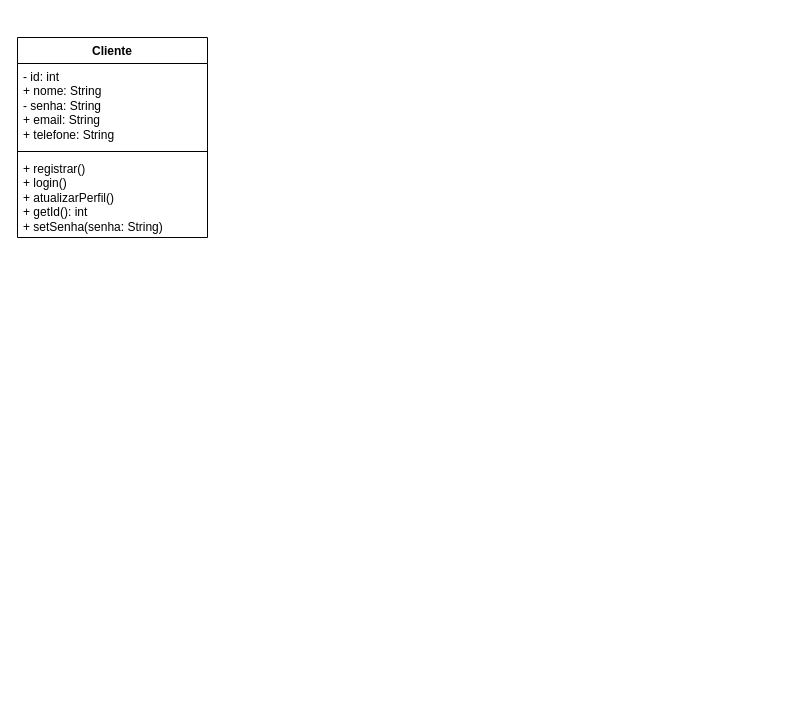
Before: Diagrama sem nome.drawio in PatsFerrer/uml_teste, a draw.io diagram. Source tidied: cells renumbered, new cells numbered last; positions are measured from the earlier drawing's top-left corner, leaving out a move shared by most shapes. Both pictures are drawn from the tidied source at 100%, with x=0, y=0 at pixel (17, 37).
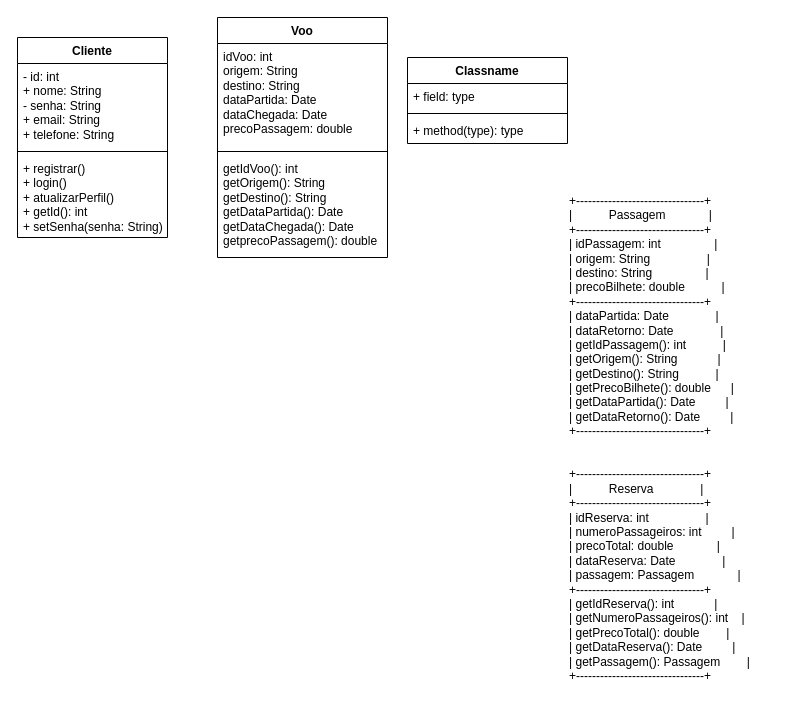
The same diagram, later.

Diff of the diagram source:
```diff
@@
 <mxGraphModel>
   <root>
     <mxCell id="0" />
     <mxCell id="1" parent="0" />
     <mxCell id="2" value="Cliente                 " style="swimlane;fontStyle=1;align=center;verticalAlign=top;horizontal=1;startSize=26;whiteSpace=wrap;html=1;" parent="1" vertex="1">
-      <mxGeometry width="190" height="200" as="geometry" />
+      <mxGeometry width="150" height="200" as="geometry" />
     </mxCell>
-    <mxCell id="3" value="- id: int&lt;br&gt;+ nome: String&lt;br style=&quot;border-color: var(--border-color); padding: 0px; margin: 0px;&quot;&gt;- senha: String&lt;br style=&quot;border-color: var(--border-color); padding: 0px; margin: 0px;&quot;&gt;+ email: String&lt;br style=&quot;border-color: var(--border-color); padding: 0px; margin: 0px;&quot;&gt;+ telefone: String" style="text;strokeColor=none;fillColor=none;align=left;verticalAlign=top;spacingLeft=4;spacingRight=4;overflow=hidden;whiteSpace=wrap;html=1;" parent="2" vertex="1">
-      <mxGeometry y="26" width="190" height="84" as="geometry" />
+    <mxCell id="3" value="&lt;font style=&quot;font-size: 12px;&quot;&gt;- id: int&lt;br&gt;+ nome: String&lt;br style=&quot;border-color: var(--border-color); padding: 0px; margin: 0px;&quot;&gt;- senha: String&lt;br style=&quot;border-color: var(--border-color); padding: 0px; margin: 0px;&quot;&gt;+ email: String&lt;br style=&quot;border-color: var(--border-color); padding: 0px; margin: 0px;&quot;&gt;+ telefone: String&lt;/font&gt;" style="text;strokeColor=none;fillColor=none;align=left;verticalAlign=top;spacingLeft=4;spacingRight=4;overflow=hidden;whiteSpace=wrap;html=1;" parent="2" vertex="1">
+      <mxGeometry y="26" width="150" height="84" as="geometry" />
     </mxCell>
     <mxCell id="4" style="line;strokeWidth=1;fillColor=none;align=left;verticalAlign=middle;spacingTop=-1;spacingLeft=3;spacingRight=3;labelPosition=right;strokeColor=inherit;" parent="2" vertex="1">
-      <mxGeometry y="110" width="190" height="8" as="geometry" />
+      <mxGeometry y="110" width="150" height="8" as="geometry" />
     </mxCell>
     <mxCell id="5" value="+ registrar()&amp;nbsp; &amp;nbsp; &amp;nbsp; &amp;nbsp; &amp;nbsp; &amp;nbsp; &amp;nbsp; &amp;nbsp; &amp;nbsp;&amp;nbsp;&lt;br style=&quot;border-color: var(--border-color); padding: 0px; margin: 0px;&quot;&gt;+ login()&amp;nbsp; &amp;nbsp; &amp;nbsp; &amp;nbsp; &amp;nbsp; &amp;nbsp; &amp;nbsp; &amp;nbsp; &amp;nbsp; &amp;nbsp; &amp;nbsp;&amp;nbsp;&lt;br style=&quot;border-color: var(--border-color); padding: 0px; margin: 0px;&quot;&gt;+ atualizarPerfil()&amp;nbsp; &amp;nbsp; &amp;nbsp;&amp;nbsp;&lt;br style=&quot;border-color: var(--border-color); padding: 0px; margin: 0px;&quot;&gt;+ getId(): int&amp;nbsp; &amp;nbsp; &amp;nbsp; &amp;nbsp; &amp;nbsp;&amp;nbsp;&lt;br style=&quot;border-color: var(--border-color); padding: 0px; margin: 0px;&quot;&gt;+ setSenha(senha: String)" style="text;strokeColor=none;fillColor=none;align=left;verticalAlign=top;spacingLeft=4;spacingRight=4;overflow=hidden;whiteSpace=wrap;html=1;" parent="2" vertex="1">
-      <mxGeometry y="118" width="190" height="82" as="geometry" />
+      <mxGeometry y="118" width="150" height="82" as="geometry" />
     </mxCell>
+    <mxCell id="6" value="Voo" style="swimlane;fontStyle=1;align=center;verticalAlign=top;horizontal=1;startSize=26;whiteSpace=wrap;html=1;" parent="1" vertex="1">
+      <mxGeometry x="200" y="-20" width="170" height="240" as="geometry" />
+    </mxCell>
+    <mxCell id="7" value="&lt;font style=&quot;font-size: 12px;&quot;&gt;idVoo: &lt;span style=&quot;border: 0px solid rgb(217, 217, 227); box-sizing: border-box; --tw-border-spacing-x: 0; --tw-border-spacing-y: 0; --tw-translate-x: 0; --tw-translate-y: 0; --tw-rotate: 0; --tw-skew-x: 0; --tw-skew-y: 0; --tw-scale-x: 1; --tw-scale-y: 1; --tw-pan-x: ; --tw-pan-y: ; --tw-pinch-zoom: ; --tw-scroll-snap-strictness: proximity; --tw-gradient-from-position: ; --tw-gradient-via-position: ; --tw-gradient-to-position: ; --tw-ordinal: ; --tw-slashed-zero: ; --tw-numeric-figure: ; --tw-numeric-spacing: ; --tw-numeric-fraction: ; --tw-ring-inset: ; --tw-ring-offset-width: 0px; --tw-ring-offset-color: #fff; --tw-ring-color: rgba(69,89,164,.5); --tw-ring-offset-shadow: 0 0 transparent; --tw-ring-shadow: 0 0 transparent; --tw-shadow: 0 0 transparent; --tw-shadow-colored: 0 0 transparent; --tw-blur: ; --tw-brightness: ; --tw-contrast: ; --tw-grayscale: ; --tw-hue-rotate: ; --tw-invert: ; --tw-saturate: ; --tw-sepia: ; --tw-drop-shadow: ; --tw-backdrop-blur: ; --tw-backdrop-brightness: ; --tw-backdrop-contrast: ; --tw-backdrop-grayscale: ; --tw-backdrop-hue-rotate: ; --tw-backdrop-invert: ; --tw-backdrop-opacity: ; --tw-backdrop-saturate: ; --tw-backdrop-sepia: ;&quot; class=&quot;hljs-type&quot;&gt;int&lt;/span&gt;&lt;br&gt;origem: String&lt;br&gt;destino: String&lt;br&gt;dataPartida: &lt;span style=&quot;border: 0px solid rgb(217, 217, 227); box-sizing: border-box; --tw-border-spacing-x: 0; --tw-border-spacing-y: 0; --tw-translate-x: 0; --tw-translate-y: 0; --tw-rotate: 0; --tw-skew-x: 0; --tw-skew-y: 0; --tw-scale-x: 1; --tw-scale-y: 1; --tw-pan-x: ; --tw-pan-y: ; --tw-pinch-zoom: ; --tw-scroll-snap-strictness: proximity; --tw-gradient-from-position: ; --tw-gradient-via-position: ; --tw-gradient-to-position: ; --tw-ordinal: ; --tw-slashed-zero: ; --tw-numeric-figure: ; --tw-numeric-spacing: ; --tw-numeric-fraction: ; --tw-ring-inset: ; --tw-ring-offset-width: 0px; --tw-ring-offset-color: #fff; --tw-ring-color: rgba(69,89,164,.5); --tw-ring-offset-shadow: 0 0 transparent; --tw-ring-shadow: 0 0 transparent; --tw-shadow: 0 0 transparent; --tw-shadow-colored: 0 0 transparent; --tw-blur: ; --tw-brightness: ; --tw-contrast: ; --tw-grayscale: ; --tw-hue-rotate: ; --tw-invert: ; --tw-saturate: ; --tw-sepia: ; --tw-drop-shadow: ; --tw-backdrop-blur: ; --tw-backdrop-brightness: ; --tw-backdrop-contrast: ; --tw-backdrop-grayscale: ; --tw-backdrop-hue-rotate: ; --tw-backdrop-invert: ; --tw-backdrop-opacity: ; --tw-backdrop-saturate: ; --tw-backdrop-sepia: ;&quot; class=&quot;hljs-type&quot;&gt;Date&lt;/span&gt;&lt;br&gt;dataChegada: &lt;span style=&quot;border: 0px solid rgb(217, 217, 227); box-sizing: border-box; --tw-border-spacing-x: 0; --tw-border-spacing-y: 0; --tw-translate-x: 0; --tw-translate-y: 0; --tw-rotate: 0; --tw-skew-x: 0; --tw-skew-y: 0; --tw-scale-x: 1; --tw-scale-y: 1; --tw-pan-x: ; --tw-pan-y: ; --tw-pinch-zoom: ; --tw-scroll-snap-strictness: proximity; --tw-gradient-from-position: ; --tw-gradient-via-position: ; --tw-gradient-to-position: ; --tw-ordinal: ; --tw-slashed-zero: ; --tw-numeric-figure: ; --tw-numeric-spacing: ; --tw-numeric-fraction: ; --tw-ring-inset: ; --tw-ring-offset-width: 0px; --tw-ring-offset-color: #fff; --tw-ring-color: rgba(69,89,164,.5); --tw-ring-offset-shadow: 0 0 transparent; --tw-ring-shadow: 0 0 transparent; --tw-shadow: 0 0 transparent; --tw-shadow-colored: 0 0 transparent; --tw-blur: ; --tw-brightness: ; --tw-contrast: ; --tw-grayscale: ; --tw-hue-rotate: ; --tw-invert: ; --tw-saturate: ; --tw-sepia: ; --tw-drop-shadow: ; --tw-backdrop-blur: ; --tw-backdrop-brightness: ; --tw-backdrop-contrast: ; --tw-backdrop-grayscale: ; --tw-backdrop-hue-rotate: ; --tw-backdrop-invert: ; --tw-backdrop-opacity: ; --tw-backdrop-saturate: ; --tw-backdrop-sepia: ;&quot; class=&quot;hljs-type&quot;&gt;Date&lt;/span&gt;&lt;br&gt;precoPassagem: &lt;span style=&quot;border: 0px solid rgb(217, 217, 227); box-sizing: border-box; --tw-border-spacing-x: 0; --tw-border-spacing-y: 0; --tw-translate-x: 0; --tw-translate-y: 0; --tw-rotate: 0; --tw-skew-x: 0; --tw-skew-y: 0; --tw-scale-x: 1; --tw-scale-y: 1; --tw-pan-x: ; --tw-pan-y: ; --tw-pinch-zoom: ; --tw-scroll-snap-strictness: proximity; --tw-gradient-from-position: ; --tw-gradient-via-position: ; --tw-gradient-to-position: ; --tw-ordinal: ; --tw-slashed-zero: ; --tw-numeric-figure: ; --tw-numeric-spacing: ; --tw-numeric-fraction: ; --tw-ring-inset: ; --tw-ring-offset-width: 0px; --tw-ring-offset-color: #fff; --tw-ring-color: rgba(69,89,164,.5); --tw-ring-offset-shadow: 0 0 transparent; --tw-ring-shadow: 0 0 transparent; --tw-shadow: 0 0 transparent; --tw-shadow-colored: 0 0 transparent; --tw-blur: ; --tw-brightness: ; --tw-contrast: ; --tw-grayscale: ; --tw-hue-rotate: ; --tw-invert: ; --tw-saturate: ; --tw-sepia: ; --tw-drop-shadow: ; --tw-backdrop-blur: ; --tw-backdrop-brightness: ; --tw-backdrop-contrast: ; --tw-backdrop-grayscale: ; --tw-backdrop-hue-rotate: ; --tw-backdrop-invert: ; --tw-backdrop-opacity: ; --tw-backdrop-saturate: ; --tw-backdrop-sepia: ;&quot; class=&quot;hljs-keyword&quot;&gt;double&lt;/span&gt;&lt;/font&gt;" style="text;strokeColor=none;fillColor=none;align=left;verticalAlign=top;spacingLeft=4;spacingRight=4;overflow=hidden;whiteSpace=wrap;html=1;" parent="6" vertex="1">
+      <mxGeometry y="26" width="170" height="104" as="geometry" />
+    </mxCell>
+    <mxCell id="8" style="line;strokeWidth=1;fillColor=none;align=left;verticalAlign=middle;spacingTop=-1;spacingLeft=3;spacingRight=3;labelPosition=right;strokeColor=inherit;" parent="6" vertex="1">
+      <mxGeometry y="130" width="170" height="8" as="geometry" />
+    </mxCell>
+    <mxCell id="9" value="&lt;div&gt;getIdVoo(): int&lt;/div&gt;&lt;div&gt;getOrigem(): String&lt;/div&gt;&lt;div&gt;getDestino(): String&lt;/div&gt;&lt;div&gt;getDataPartida(): Date&lt;/div&gt;&lt;div&gt;getDataChegada(): Date&lt;/div&gt;&lt;div&gt;getprecoPassagem&lt;span style=&quot;background-color: initial;&quot;&gt;(): double&lt;/span&gt;&lt;br&gt;&lt;/div&gt;" style="text;strokeColor=none;fillColor=none;align=left;verticalAlign=top;spacingLeft=4;spacingRight=4;overflow=hidden;whiteSpace=wrap;html=1;" parent="6" vertex="1">
+      <mxGeometry y="138" width="170" height="102" as="geometry" />
+    </mxCell>
+    <mxCell id="10" value="Classname" style="swimlane;fontStyle=1;align=center;verticalAlign=top;horizontal=1;startSize=26;whiteSpace=wrap;html=1;" parent="1" vertex="1">
+      <mxGeometry x="390" y="20" width="160" height="86" as="geometry" />
+    </mxCell>
+    <mxCell id="11" value="+ field: type" style="text;strokeColor=none;fillColor=none;align=left;verticalAlign=top;spacingLeft=4;spacingRight=4;overflow=hidden;whiteSpace=wrap;html=1;" parent="10" vertex="1">
+      <mxGeometry y="26" width="160" height="26" as="geometry" />
+    </mxCell>
+    <mxCell id="12" style="line;strokeWidth=1;fillColor=none;align=left;verticalAlign=middle;spacingTop=-1;spacingLeft=3;spacingRight=3;labelPosition=right;strokeColor=inherit;" parent="10" vertex="1">
+      <mxGeometry y="52" width="160" height="8" as="geometry" />
+    </mxCell>
+    <mxCell id="13" value="+ method(type): type" style="text;strokeColor=none;fillColor=none;align=left;verticalAlign=top;spacingLeft=4;spacingRight=4;overflow=hidden;whiteSpace=wrap;html=1;" parent="10" vertex="1">
+      <mxGeometry y="60" width="160" height="26" as="geometry" />
+    </mxCell>
+    <mxCell id="14" value="+--------------------------------+&#10;|           Passagem             |&#10;+--------------------------------+&#10;| idPassagem: int                |&#10;| origem: String                 |&#10;| destino: String                |&#10;| precoBilhete: double           |&#10;+--------------------------------+&#10;| dataPartida: Date              |&#10;| dataRetorno: Date              |&#10;| getIdPassagem(): int           |&#10;| getOrigem(): String            |&#10;| getDestino(): String           |&#10;| getPrecoBilhete(): double      |&#10;| getDataPartida(): Date         |&#10;| getDataRetorno(): Date         |&#10;+--------------------------------+&#10;&#10;&#10;+--------------------------------+&#10;|           Reserva              |&#10;+--------------------------------+&#10;| idReserva: int                 |&#10;| numeroPassageiros: int         |&#10;| precoTotal: double             |&#10;| dataReserva: Date              |&#10;| passagem: Passagem             |&#10;+--------------------------------+&#10;| getIdReserva(): int            |&#10;| getNumeroPassageiros(): int    |&#10;| getPrecoTotal(): double        |&#10;| getDataReserva(): Date         |&#10;| getPassagem(): Passagem        |&#10;+--------------------------------+" style="text;whiteSpace=wrap;" parent="1" vertex="1">
+      <mxGeometry x="550" y="150" width="210" height="510" as="geometry" />
+    </mxCell>
   </root>
 </mxGraphModel>
```
